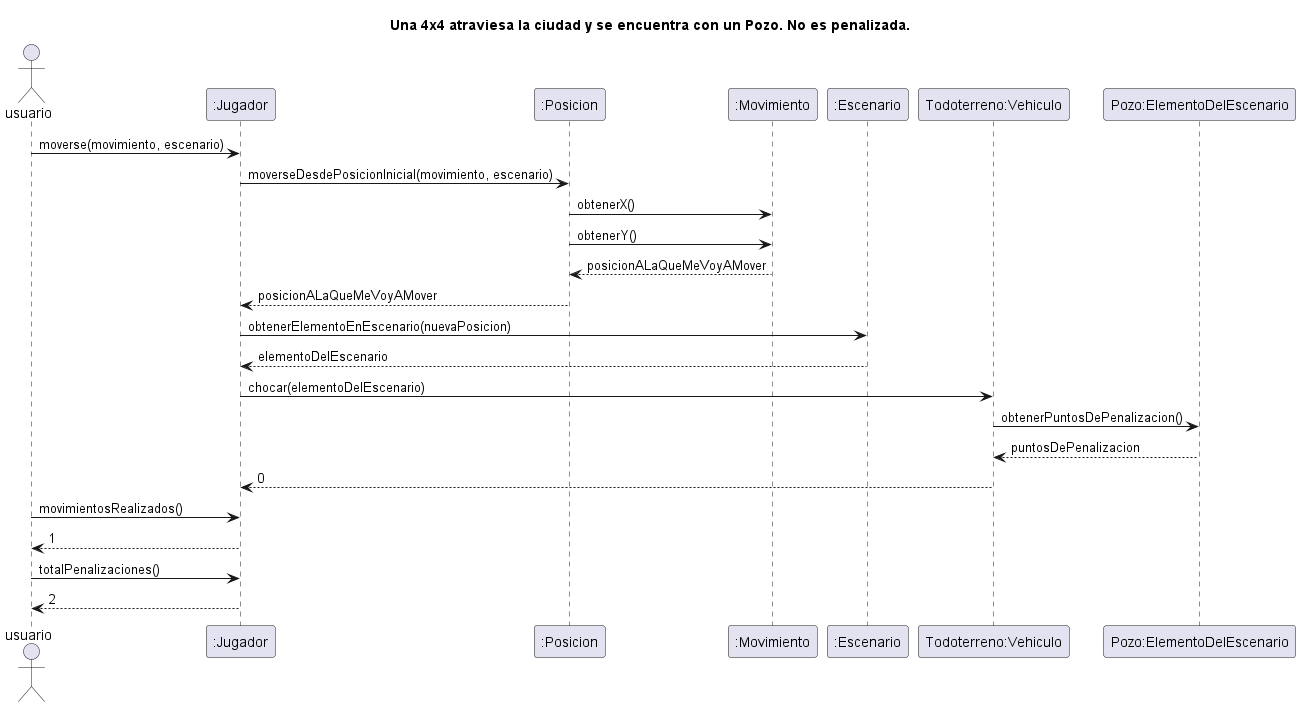
Before: diagrams/sequences/todoterreno_choca_pozo.png, a diagram exported from PlantUML (NestorPala/T17-GPSChallenge). Its source is kept beside it as diagrams/sequences/todoterreno_choca_pozo.puml.
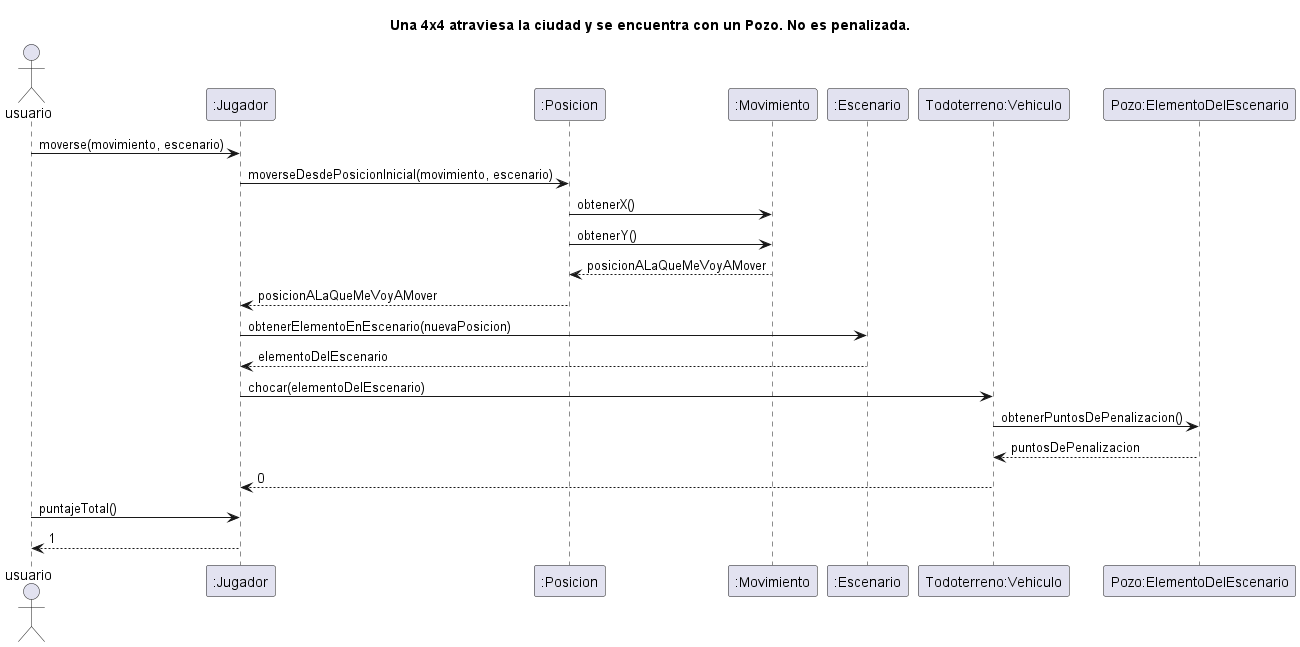
The same file after the commit.

Diff of the diagram source:
```diff
@@ -14,9 +14,7 @@
 "Todoterreno:Vehiculo" -> "Pozo:ElementoDelEscenario": obtenerPuntosDePenalizacion()
 return puntosDePenalizacion
 "Todoterreno:Vehiculo" --> ":Jugador": 0
-"usuario" -> ":Jugador": movimientosRealizados()
+"usuario" -> ":Jugador": puntajeTotal()
 return 1
-"usuario" -> ":Jugador": totalPenalizaciones()
-return 2
 
 @enduml
```
